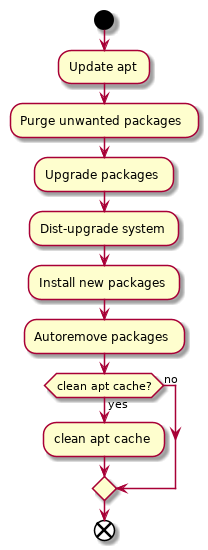
Above: docs/uml/packages.png in cslucr/ubuntu-ucr (PlantUML), before the change.
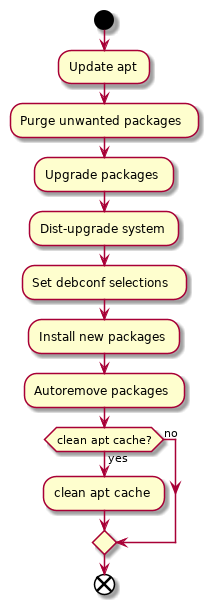
After the change.

Commit message:
Created task: packages: debconf

The edit, as a diff of the source:
```diff
@@ -4,6 +4,7 @@
 :Purge unwanted packages;
 :Upgrade packages;
 :Dist-upgrade system;
+:Set debconf selections;
 :Install new packages;
 :Autoremove packages;
 if (clean apt cache?) then (no)
```
